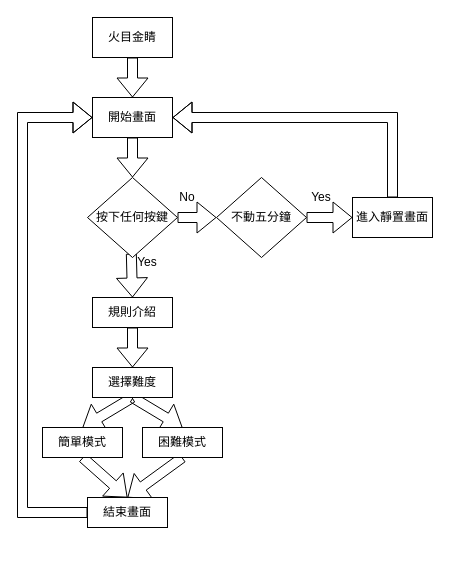
Before: FDCT.drawio in Adol2freeman/FDCT-2022, a draw.io diagram. Source tidied: cells renumbered, new cells numbered last; positions are measured from the earlier drawing's top-left corner, leaving out a move shared by most shapes. Both pictures are drawn from the tidied source at 100%, with x=0, y=0 at pixel (22, 17).
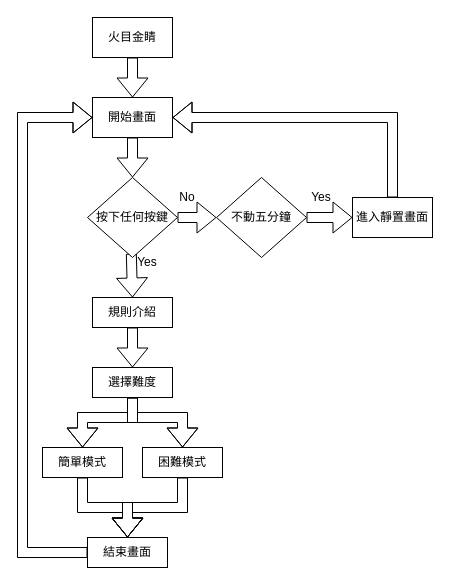
Above is the later version.

The change refers to these unchanged cells:
```xml
<mxCell id="5" value="開始畫面" style="rounded=0;whiteSpace=wrap;html=1;hachureGap=4;" parent="1" vertex="1">
  <mxGeometry x="70" y="80" width="80" height="40" as="geometry" />
</mxCell>
<mxCell id="19" value="選擇難度" style="whiteSpace=wrap;html=1;hachureGap=4;" parent="1" vertex="1">
  <mxGeometry x="70" y="350" width="80" height="30" as="geometry" />
</mxCell>
```

Diff of the diagram source:
```diff
@@
-    <mxCell id="17" style="edgeStyle=none;rounded=0;jettySize=auto;html=1;strokeColor=#000000;endArrow=open;sourcePerimeterSpacing=8;targetPerimeterSpacing=8;exitX=0.5;exitY=1;exitDx=0;exitDy=0;entryX=0.5;entryY=0;entryDx=0;entryDy=0;shape=flexArrow;" parent="1" edge="1" source="19" target="22">
-      <mxGeometry relative="1" as="geometry" />
+    <mxCell id="17" style="edgeStyle=orthogonalEdgeStyle;rounded=0;jettySize=auto;html=1;entryX=0.5;entryY=0;entryDx=0;entryDy=0;shape=flexArrow;" parent="1" edge="1" source="19" target="22">
+      <mxGeometry relative="1" as="geometry">
+        <Array as="points">
+          <mxPoint x="110" y="400" />
+          <mxPoint x="60" y="400" />
+        </Array>
+      </mxGeometry>
     </mxCell>
-    <mxCell id="18" style="edgeStyle=none;rounded=0;jettySize=auto;html=1;entryX=0.5;entryY=0;entryDx=0;entryDy=0;strokeColor=#000000;endArrow=open;sourcePerimeterSpacing=8;targetPerimeterSpacing=8;exitX=0.5;exitY=1;exitDx=0;exitDy=0;shape=flexArrow;" parent="1" edge="1" source="19" target="24">
-      <mxGeometry relative="1" as="geometry" />
+    <mxCell id="18" style="edgeStyle=orthogonalEdgeStyle;rounded=0;jettySize=auto;html=1;entryX=0.5;entryY=0;entryDx=0;entryDy=0;shape=flexArrow;" parent="1" edge="1" source="19" target="24">
+      <mxGeometry relative="1" as="geometry">
+        <Array as="points">
+          <mxPoint x="110" y="400" />
+          <mxPoint x="160" y="400" />
+        </Array>
+      </mxGeometry>
     </mxCell>
@@
-    <mxCell id="21" style="edgeStyle=none;rounded=0;jettySize=auto;html=1;strokeColor=#000000;endArrow=open;sourcePerimeterSpacing=8;targetPerimeterSpacing=8;entryX=0.5;entryY=0;entryDx=0;entryDy=0;exitX=0.5;exitY=1;exitDx=0;exitDy=0;shape=flexArrow;" parent="1" edge="1" source="22" target="26">
+    <mxCell id="21" style="edgeStyle=orthogonalEdgeStyle;shape=flexArrow;rounded=0;jettySize=auto;html=1;entryX=0.5;entryY=0;entryDx=0;entryDy=0;" parent="1" edge="1" source="22" target="26">
       <mxGeometry relative="1" as="geometry" />
     </mxCell>
     <mxCell id="22" value="簡單模式" style="whiteSpace=wrap;html=1;hachureGap=4;" parent="1" vertex="1">
-      <mxGeometry x="20" y="410" width="80" height="30" as="geometry" />
+      <mxGeometry x="20" y="430" width="80" height="30" as="geometry" />
     </mxCell>
-    <mxCell id="23" style="edgeStyle=none;rounded=0;jettySize=auto;html=1;entryX=0.5;entryY=0;entryDx=0;entryDy=0;strokeColor=#000000;endArrow=open;sourcePerimeterSpacing=8;targetPerimeterSpacing=8;exitX=0.5;exitY=1;exitDx=0;exitDy=0;shape=flexArrow;" parent="1" edge="1" source="24" target="26">
+    <mxCell id="23" style="edgeStyle=orthogonalEdgeStyle;shape=flexArrow;rounded=0;jettySize=auto;html=1;entryX=0.5;entryY=0;entryDx=0;entryDy=0;" parent="1" edge="1" source="24" target="26">
       <mxGeometry relative="1" as="geometry" />
     </mxCell>
     <mxCell id="24" value="困難模式" style="whiteSpace=wrap;html=1;hachureGap=4;" parent="1" vertex="1">
-      <mxGeometry x="120" y="410" width="80" height="30" as="geometry" />
+      <mxGeometry x="120" y="430" width="80" height="30" as="geometry" />
     </mxCell>
     <mxCell id="25" style="edgeStyle=none;shape=flexArrow;rounded=0;jettySize=auto;html=1;entryX=0;entryY=0.5;entryDx=0;entryDy=0;strokeColor=#000000;endArrow=open;sourcePerimeterSpacing=8;targetPerimeterSpacing=8;exitX=0;exitY=0.5;exitDx=0;exitDy=0;" parent="1" edge="1" source="26" target="5">
       <mxGeometry relative="1" as="geometry">
         <Array as="points">
-          <mxPoint y="495" />
+          <mxPoint y="535" />
           <mxPoint y="100" />
         </Array>
       </mxGeometry>
     </mxCell>
     <mxCell id="26" value="結束畫面" style="whiteSpace=wrap;html=1;hachureGap=4;" parent="1" vertex="1">
-      <mxGeometry x="65" y="480" width="80" height="30" as="geometry" />
+      <mxGeometry x="65" y="520" width="80" height="30" as="geometry" />
     </mxCell>
```
